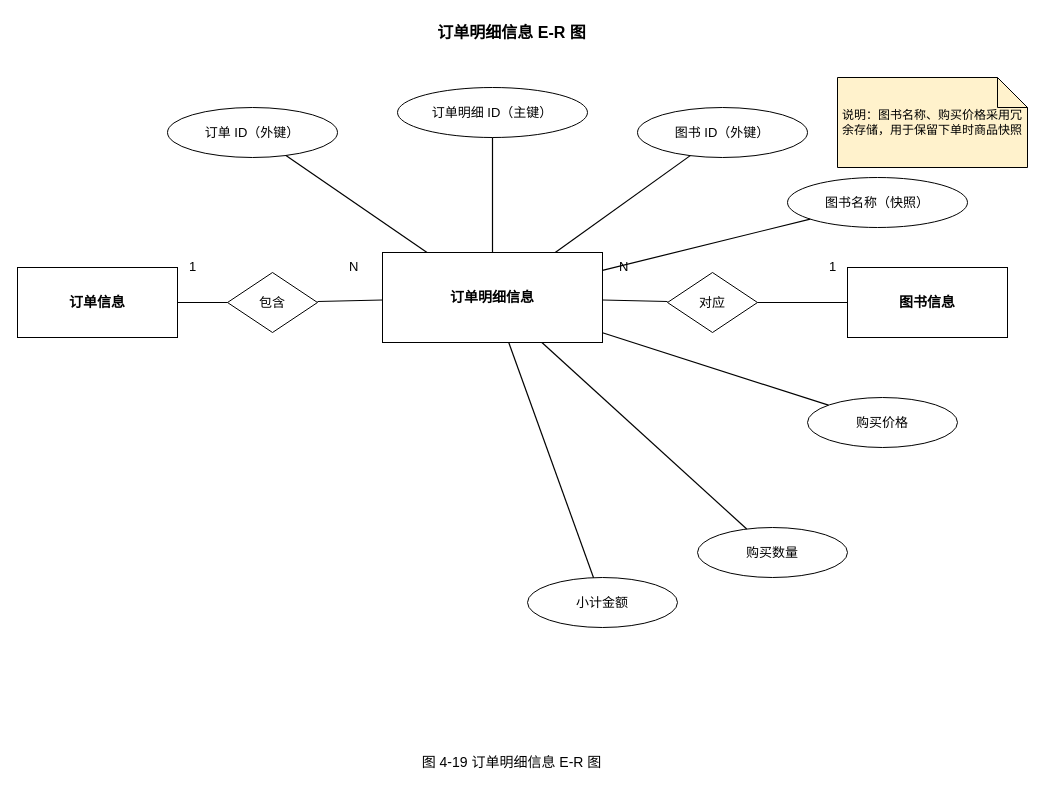
Before: 4.15订单明细信息 E-R 图.drawio in wujiangcai/drawio, a draw.io diagram. Source tidied: cells renumbered, new cells numbered last; positions are measured from the earlier drawing's top-left corner, leaving out a move shared by most shapes. Both pictures are drawn from the tidied source at 100%, with x=0, y=0 at pixel (17, 17).
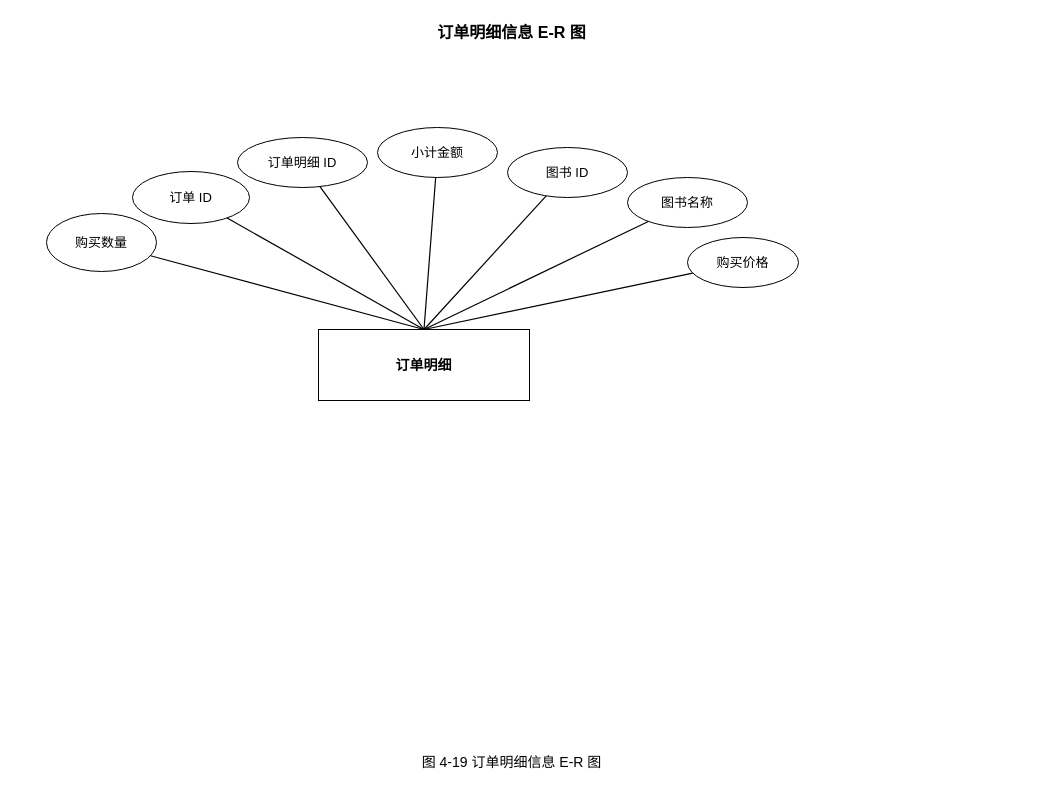
After the change.

The edit, as a diff of the source:
```diff
@@
-    <mxCell id="3" value="订单信息" style="shape=rectangle;whiteSpace=wrap;html=1;strokeColor=#000000;fillColor=#ffffff;fontSize=14;fontStyle=1;" parent="1" vertex="1">
-      <mxGeometry y="250" width="160" height="70" as="geometry" />
-    </mxCell>
-    <mxCell id="4" value="图书信息" style="shape=rectangle;whiteSpace=wrap;html=1;strokeColor=#000000;fillColor=#ffffff;fontSize=14;fontStyle=1;" parent="1" vertex="1">
-      <mxGeometry x="830" y="250" width="160" height="70" as="geometry" />
-    </mxCell>
-    <mxCell id="5" value="订单明细信息" style="shape=rectangle;whiteSpace=wrap;html=1;strokeColor=#000000;fillColor=#ffffff;fontSize=14;fontStyle=1;" parent="1" vertex="1">
-      <mxGeometry x="365" y="235" width="220" height="90" as="geometry" />
+    <mxCell id="5" value="订单明细" style="shape=rectangle;whiteSpace=wrap;html=1;strokeColor=#000000;fillColor=#ffffff;fontSize=14;fontStyle=1;" parent="1" vertex="1">
+      <mxGeometry x="301" y="312" width="211" height="71" as="geometry" />
     </mxCell>
-    <mxCell id="6" value="包含" style="shape=rhombus;whiteSpace=wrap;html=1;strokeColor=#000000;fillColor=#ffffff;fontSize=13;" parent="1" vertex="1">
-      <mxGeometry x="210" y="255" width="90" height="60" as="geometry" />
-    </mxCell>
-    <mxCell id="7" value="对应" style="shape=rhombus;whiteSpace=wrap;html=1;strokeColor=#000000;fillColor=#ffffff;fontSize=13;" parent="1" vertex="1">
-      <mxGeometry x="650" y="255" width="90" height="60" as="geometry" />
-    </mxCell>
-    <mxCell id="8" value="订单明细 ID（主键）" style="ellipse;whiteSpace=wrap;html=1;strokeColor=#000000;fillColor=#ffffff;fontSize=13;" parent="1" vertex="1">
-      <mxGeometry x="380" y="70" width="190" height="50" as="geometry" />
+    <mxCell id="8" value="订单明细 ID" style="ellipse;whiteSpace=wrap;html=1;strokeColor=#000000;fillColor=#ffffff;fontSize=13;" parent="1" vertex="1">
+      <mxGeometry x="220" y="120" width="130" height="50" as="geometry" />
     </mxCell>
-    <mxCell id="9" value="订单 ID（外键）" style="ellipse;whiteSpace=wrap;html=1;strokeColor=#000000;fillColor=#ffffff;fontSize=13;" parent="1" vertex="1">
-      <mxGeometry x="150" y="90" width="170" height="50" as="geometry" />
+    <mxCell id="9" value="订单 ID" style="ellipse;whiteSpace=wrap;html=1;strokeColor=#000000;fillColor=#ffffff;fontSize=13;" parent="1" vertex="1">
+      <mxGeometry x="115" y="154" width="117" height="52" as="geometry" />
     </mxCell>
-    <mxCell id="10" value="图书 ID（外键）" style="ellipse;whiteSpace=wrap;html=1;strokeColor=#000000;fillColor=#ffffff;fontSize=13;" parent="1" vertex="1">
-      <mxGeometry x="620" y="90" width="170" height="50" as="geometry" />
+    <mxCell id="10" value="图书 ID" style="ellipse;whiteSpace=wrap;html=1;strokeColor=#000000;fillColor=#ffffff;fontSize=13;" parent="1" vertex="1">
+      <mxGeometry x="490" y="130" width="120" height="50" as="geometry" />
     </mxCell>
-    <mxCell id="11" value="图书名称（快照）" style="ellipse;whiteSpace=wrap;html=1;strokeColor=#000000;fillColor=#ffffff;fontSize=13;" parent="1" vertex="1">
-      <mxGeometry x="770" y="160" width="180" height="50" as="geometry" />
+    <mxCell id="11" value="图书名称" style="ellipse;whiteSpace=wrap;html=1;strokeColor=#000000;fillColor=#ffffff;fontSize=13;" parent="1" vertex="1">
+      <mxGeometry x="610" y="160" width="120" height="50" as="geometry" />
     </mxCell>
     <mxCell id="12" value="购买价格" style="ellipse;whiteSpace=wrap;html=1;strokeColor=#000000;fillColor=#ffffff;fontSize=13;" parent="1" vertex="1">
-      <mxGeometry x="790" y="380" width="150" height="50" as="geometry" />
+      <mxGeometry x="670" y="220" width="111" height="50" as="geometry" />
     </mxCell>
     <mxCell id="13" value="购买数量" style="ellipse;whiteSpace=wrap;html=1;strokeColor=#000000;fillColor=#ffffff;fontSize=13;" parent="1" vertex="1">
-      <mxGeometry x="680" y="510" width="150" height="50" as="geometry" />
+      <mxGeometry x="29" y="196" width="110" height="58" as="geometry" />
     </mxCell>
     <mxCell id="14" value="小计金额" style="ellipse;whiteSpace=wrap;html=1;strokeColor=#000000;fillColor=#ffffff;fontSize=13;" parent="1" vertex="1">
-      <mxGeometry x="510" y="560" width="150" height="50" as="geometry" />
+      <mxGeometry x="360" y="110" width="120" height="50" as="geometry" />
     </mxCell>
-    <mxCell id="15" value="说明：图书名称、购买价格采用冗余存储，用于保留下单时商品快照" style="shape=note;whiteSpace=wrap;html=1;strokeColor=#000000;fillColor=#fff2cc;fontSize=12;" parent="1" vertex="1">
-      <mxGeometry x="820" y="60" width="190" height="90" as="geometry" />
-    </mxCell>
-    <mxCell id="16" style="endArrow=none;strokeColor=#000000;strokeWidth=1.2;" parent="1" edge="1" source="5" target="8">
+    <mxCell id="16" style="endArrow=none;strokeColor=#000000;strokeWidth=1.2;exitX=0.5;exitY=0;exitDx=0;exitDy=0;" parent="1" edge="1" source="5" target="8">
       <mxGeometry relative="1" as="geometry" />
     </mxCell>
-    <mxCell id="17" style="endArrow=none;strokeColor=#000000;strokeWidth=1.2;" parent="1" edge="1" source="5" target="9">
+    <mxCell id="17" style="endArrow=none;strokeColor=#000000;strokeWidth=1.2;exitX=0.5;exitY=0;exitDx=0;exitDy=0;" parent="1" edge="1" source="5" target="9">
       <mxGeometry relative="1" as="geometry" />
     </mxCell>
-    <mxCell id="18" style="endArrow=none;strokeColor=#000000;strokeWidth=1.2;" parent="1" edge="1" source="5" target="10">
+    <mxCell id="18" style="endArrow=none;strokeColor=#000000;strokeWidth=1.2;exitX=0.5;exitY=0;exitDx=0;exitDy=0;" parent="1" edge="1" source="5" target="10">
       <mxGeometry relative="1" as="geometry" />
     </mxCell>
-    <mxCell id="19" style="endArrow=none;strokeColor=#000000;strokeWidth=1.2;" parent="1" edge="1" source="5" target="11">
+    <mxCell id="19" style="endArrow=none;strokeColor=#000000;strokeWidth=1.2;exitX=0.5;exitY=0;exitDx=0;exitDy=0;" parent="1" edge="1" source="5" target="11">
       <mxGeometry relative="1" as="geometry" />
     </mxCell>
-    <mxCell id="20" style="endArrow=none;strokeColor=#000000;strokeWidth=1.2;" parent="1" edge="1" source="5" target="12">
+    <mxCell id="20" style="endArrow=none;strokeColor=#000000;strokeWidth=1.2;exitX=0.5;exitY=0;exitDx=0;exitDy=0;" parent="1" edge="1" source="5" target="12">
       <mxGeometry relative="1" as="geometry" />
     </mxCell>
-    <mxCell id="21" style="endArrow=none;strokeColor=#000000;strokeWidth=1.2;" parent="1" edge="1" source="5" target="13">
+    <mxCell id="21" style="endArrow=none;strokeColor=#000000;strokeWidth=1.2;exitX=0.5;exitY=0;exitDx=0;exitDy=0;" parent="1" edge="1" source="5" target="13">
       <mxGeometry relative="1" as="geometry" />
     </mxCell>
-    <mxCell id="22" style="endArrow=none;strokeColor=#000000;strokeWidth=1.2;" parent="1" edge="1" source="5" target="14">
+    <mxCell id="22" style="endArrow=none;strokeColor=#000000;strokeWidth=1.2;exitX=0.5;exitY=0;exitDx=0;exitDy=0;" parent="1" edge="1" source="5" target="14">
       <mxGeometry relative="1" as="geometry" />
     </mxCell>
-    <mxCell id="23" style="endArrow=none;strokeColor=#000000;strokeWidth=1.2;" parent="1" edge="1" source="3" target="6">
-      <mxGeometry relative="1" as="geometry" />
-    </mxCell>
-    <mxCell id="24" style="endArrow=none;strokeColor=#000000;strokeWidth=1.2;" parent="1" edge="1" source="6" target="5">
-      <mxGeometry relative="1" as="geometry" />
-    </mxCell>
-    <mxCell id="25" style="endArrow=none;strokeColor=#000000;strokeWidth=1.2;" parent="1" edge="1" source="5" target="7">
-      <mxGeometry relative="1" as="geometry" />
-    </mxCell>
-    <mxCell id="26" style="endArrow=none;strokeColor=#000000;strokeWidth=1.2;" parent="1" edge="1" source="7" target="4">
-      <mxGeometry relative="1" as="geometry" />
-    </mxCell>
-    <mxCell id="27" value="1" style="text;html=1;strokeColor=none;fillColor=none;fontSize=13;" parent="1" vertex="1">
-      <mxGeometry x="170" y="235" width="20" height="20" as="geometry" />
-    </mxCell>
-    <mxCell id="28" value="N" style="text;html=1;strokeColor=none;fillColor=none;fontSize=13;" parent="1" vertex="1">
-      <mxGeometry x="330" y="235" width="20" height="20" as="geometry" />
-    </mxCell>
-    <mxCell id="29" value="N" style="text;html=1;strokeColor=none;fillColor=none;fontSize=13;" parent="1" vertex="1">
-      <mxGeometry x="600" y="235" width="20" height="20" as="geometry" />
-    </mxCell>
-    <mxCell id="30" value="1" style="text;html=1;strokeColor=none;fillColor=none;fontSize=13;" parent="1" vertex="1">
-      <mxGeometry x="810" y="235" width="20" height="20" as="geometry" />
-    </mxCell>
```
